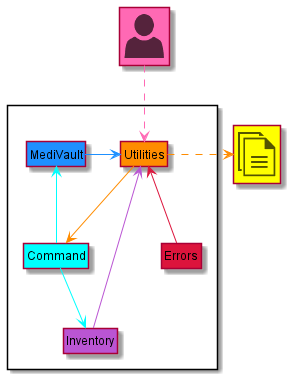
The PlantUML diagram docs/diagrams/diagram_images/ArchitectureDiagram.png in nus-cs2113-AY2122S1/tp, before a commit. The source it was exported from:
```plantuml
@startuml ArchitectureDiagram
!include <office/Concepts/documents>
!include <office/Users/user>
!include style.puml

hide circle
hide empty members

package " "<<Rectangle>>{
    class MediVault COLOR_MEDIVAULT
    class Utilities COLOR_UTILITIES
    class Errors COLOR_ERRORS
    class Command COLOR_COMMAND
    class Inventory COLOR_INVENTORY
}

class "<$user>" as User COLOR_SPARE
class "<$documents>" as Files COLOR_SPARE1

User .[COLOR_SPARE].> Utilities
MediVault -[COLOR_MEDIVAULT]> Utilities
Errors --[COLOR_ERRORS]up> Utilities
Utilities .[COLOR_UTILITIES]right>Files
Utilities --[COLOR_UTILITIES]> Command
Command --[COLOR_COMMAND]> MediVault
Command --[COLOR_COMMAND]> Inventory
Inventory --[COLOR_INVENTORY]> Utilities


@enduml
```
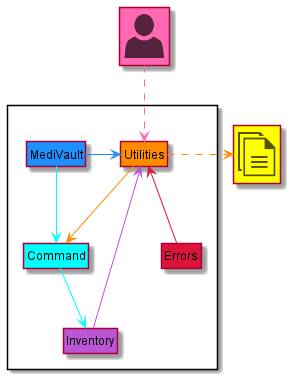
After the change.

Commit message:
Fix architecture diagram arrow direction

The edit, as a diff of the source:
```diff
@@ -22,7 +22,7 @@
 Errors --[COLOR_ERRORS]up> Utilities
 Utilities .[COLOR_UTILITIES]right>Files
 Utilities --[COLOR_UTILITIES]> Command
-Command --[COLOR_COMMAND]> MediVault
+MediVault --[COLOR_COMMAND]> Command
 Command --[COLOR_COMMAND]> Inventory
 Inventory --[COLOR_INVENTORY]> Utilities
 
```
